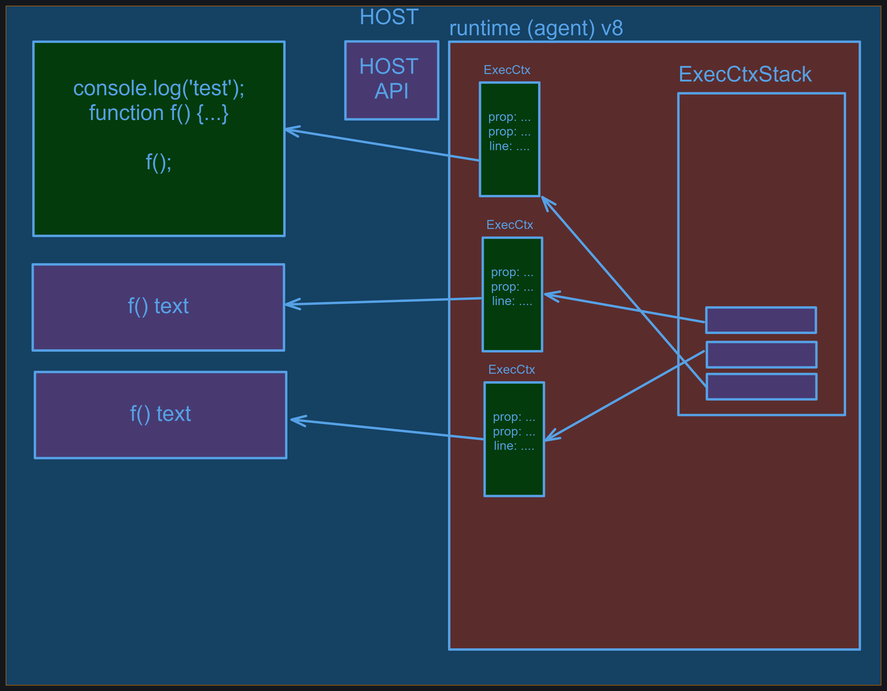
This is img/js_intro.png from silvercodes/p1314_js, a Excalidraw export, as it was before one commit. Source tidied: one line per element, renumbered; positions are measured from the earlier drawing's top-left corner, leaving out a move shared by most shapes.
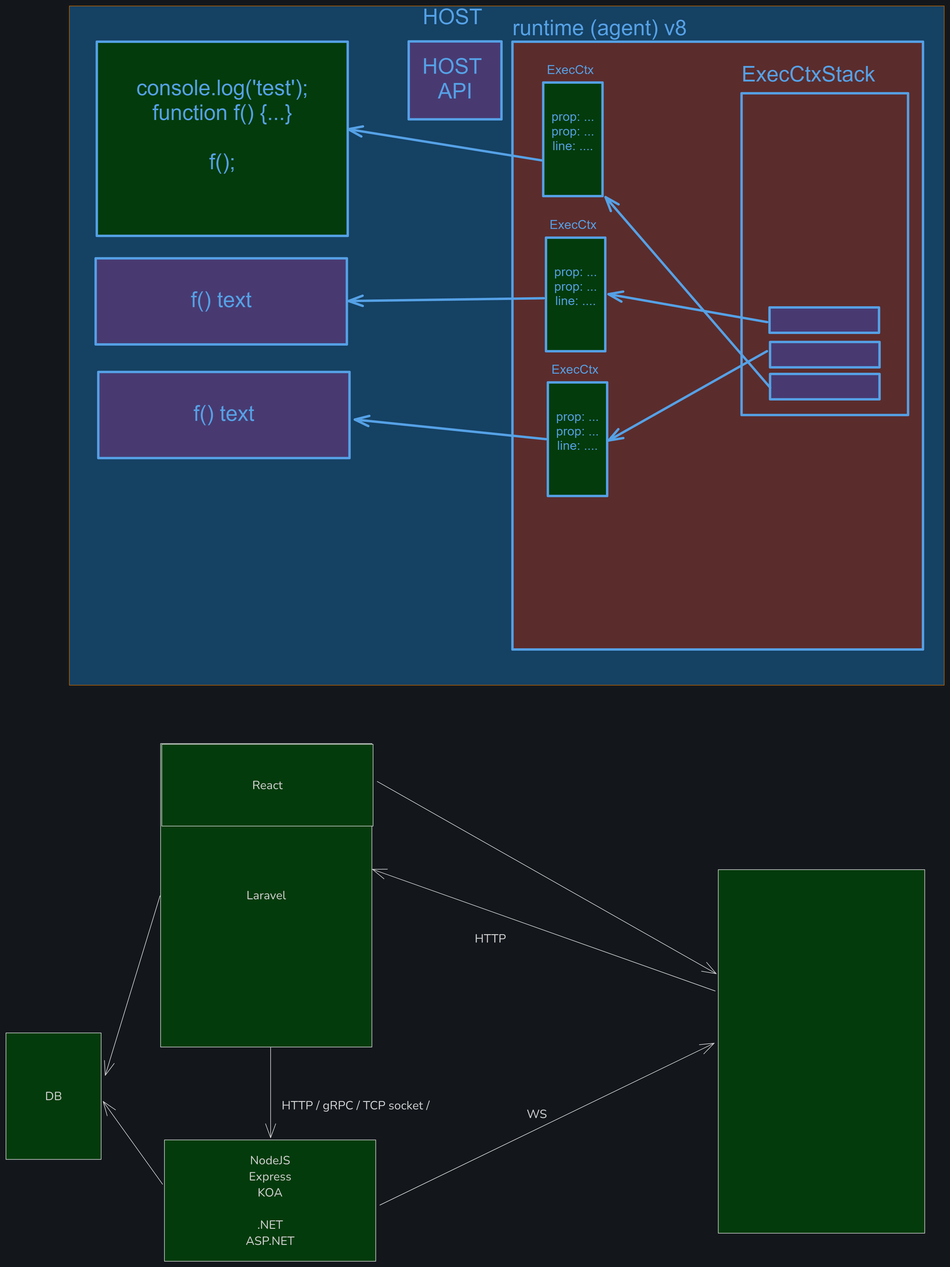
After the change.

Diff of the diagram source:
```diff
@@ -15,9 +15,9 @@
 {"id": 14, "type": "rectangle", "strokeColor": "#1971c2", "backgroundColor": "#b2f2bb", "fillStyle": "solid", "strokeWidth": 4, "roughness": 0, "x": 799, "y": 388, "width": 99, "height": 190}
 {"id": 15, "type": "text", "text": "prop: ...\nprop: ...\nline: ....\n", "strokeColor": "#1971c2", "backgroundColor": "#b2f2bb", "fillStyle": "solid", "strokeWidth": 4, "roughness": 0, "fontSize": 21.17, "fontFamily": 2, "textAlign": "center", "verticalAlign": "middle", "inside": 14, "x": 813, "y": 435, "width": 72, "height": 97}
 {"id": 16, "type": "text", "text": "ExecCtx", "strokeColor": "#1971c2", "backgroundColor": "#b2f2bb", "fillStyle": "solid", "strokeWidth": 4, "roughness": 0, "fontSize": 21.17, "fontFamily": 2, "x": 805, "y": 356, "width": 80, "height": 24}
-{"id": 17, "type": "rectangle", "strokeColor": "#1971c2", "backgroundColor": "#d0bfff", "fillStyle": "solid", "strokeWidth": 4, "roughness": 0, "x": 45, "y": 433, "width": 421, "height": 144}
+{"id": 17, "type": "rectangle", "strokeColor": "#1971c2", "backgroundColor": "#d0bfff", "fillStyle": "solid", "strokeWidth": 4, "roughness": 0, "x": 44, "y": 423, "width": 421, "height": 144}
-{"id": 18, "type": "text", "text": "f() text", "strokeColor": "#1971c2", "backgroundColor": "#d0bfff", "fillStyle": "solid", "strokeWidth": 4, "roughness": 0, "fontSize": 36, "fontFamily": 2, "textAlign": "center", "verticalAlign": "middle", "inside": 17, "x": 204, "y": 484, "width": 102, "height": 41}
+{"id": 18, "type": "text", "text": "f() text", "strokeColor": "#1971c2", "backgroundColor": "#d0bfff", "fillStyle": "solid", "strokeWidth": 4, "roughness": 0, "fontSize": 36, "fontFamily": 2, "textAlign": "center", "verticalAlign": "middle", "inside": 17, "x": 204, "y": 474, "width": 102, "height": 41}
-{"id": 19, "type": "arrow", "strokeColor": "#1971c2", "backgroundColor": "#d0bfff", "fillStyle": "solid", "strokeWidth": 4, "roughness": 0, "endArrowhead": "arrow", "from": 14, "to": 17, "x": 795, "y": 490, "width": 326, "height": 10, "points": [[0, 0], [-326, 10]]}
+{"id": 19, "type": "arrow", "strokeColor": "#1971c2", "backgroundColor": "#d0bfff", "fillStyle": "solid", "strokeWidth": 4, "roughness": 0, "endArrowhead": "arrow", "from": 14, "to": 17, "x": 795, "y": 490, "width": 327, "height": 5, "points": [[0, 0], [-327, 5]]}
 {"id": 20, "type": "rectangle", "strokeColor": "#1971c2", "backgroundColor": "#d0bfff", "fillStyle": "solid", "strokeWidth": 4, "roughness": 0, "x": 1173, "y": 505, "width": 184, "height": 42}
 {"id": 21, "type": "arrow", "strokeColor": "#1971c2", "backgroundColor": "#d0bfff", "fillStyle": "solid", "strokeWidth": 4, "roughness": 0, "endArrowhead": "arrow", "from": 20, "to": 14, "x": 1169, "y": 530, "width": 266, "height": 47, "points": [[0, 0], [-266, -47]]}
 {"id": 22, "type": "rectangle", "strokeColor": "#1971c2", "backgroundColor": "#d0bfff", "fillStyle": "solid", "strokeWidth": 4, "roughness": 0, "x": 49, "y": 613, "width": 421, "height": 144}
@@ -30,3 +30,21 @@
 {"id": 29, "type": "arrow", "strokeColor": "#1971c2", "backgroundColor": "#d0bfff", "fillStyle": "solid", "strokeWidth": 4, "roughness": 0, "endArrowhead": "arrow", "from": 28, "to": 24, "x": 1169, "y": 578, "width": 265, "height": 150, "points": [[0, 0], [-265, 150]]}
 {"id": 30, "type": "rectangle", "strokeColor": "#1971c2", "backgroundColor": "#d0bfff", "fillStyle": "solid", "strokeWidth": 4, "roughness": 0, "x": 569, "y": 59, "width": 156, "height": 130}
 {"id": 31, "type": "text", "text": "HOST \nAPI", "strokeColor": "#1971c2", "backgroundColor": "#d0bfff", "fillStyle": "solid", "strokeWidth": 4, "roughness": 0, "fontSize": 36, "fontFamily": 2, "textAlign": "center", "verticalAlign": "middle", "inside": 30, "x": 591, "y": 83, "width": 110, "height": 83}
+{"id": 32, "type": "rectangle", "strokeColor": "#1e1e1e", "backgroundColor": "#b2f2bb", "fillStyle": "solid", "strokeWidth": 1, "roughness": 0, "x": 1087, "y": 1447, "width": 346, "height": 609}
+{"id": 33, "type": "rectangle", "strokeColor": "#1e1e1e", "backgroundColor": "#b2f2bb", "fillStyle": "solid", "strokeWidth": 1, "roughness": 0, "x": 153, "y": 1236, "width": 354, "height": 508}
+{"id": 34, "type": "text", "text": "Laravel", "strokeColor": "#1e1e1e", "backgroundColor": "#b2f2bb", "fillStyle": "solid", "strokeWidth": 1, "roughness": 0, "fontSize": 20, "fontFamily": 6, "textAlign": "center", "verticalAlign": "middle", "inside": 33, "x": 296, "y": 1476, "width": 68, "height": 27}
+{"id": 35, "type": "arrow", "strokeColor": "#1e1e1e", "backgroundColor": "#b2f2bb", "fillStyle": "solid", "strokeWidth": 1, "roughness": 0, "endArrowhead": "arrow", "from": 42, "to": 32, "x": 520, "y": 2009, "width": 560, "height": 271, "points": [[0, 0], [560, -271]]}
+{"id": 36, "type": "text", "text": "WS", "strokeColor": "#1e1e1e", "backgroundColor": "#b2f2bb", "fillStyle": "solid", "strokeWidth": 1, "roughness": 0, "fontSize": 20, "fontFamily": 6, "x": 766, "y": 1843, "width": 34, "height": 27}
+{"id": 37, "type": "rectangle", "strokeColor": "#1e1e1e", "backgroundColor": "#b2f2bb", "fillStyle": "solid", "strokeWidth": 1, "roughness": 0, "x": 155, "y": 1237, "width": 354, "height": 137}
+{"id": 38, "type": "text", "text": "React", "strokeColor": "#1e1e1e", "backgroundColor": "#b2f2bb", "fillStyle": "solid", "strokeWidth": 1, "roughness": 0, "fontSize": 20, "fontFamily": 6, "textAlign": "center", "verticalAlign": "middle", "inside": 37, "x": 306, "y": 1292, "width": 53, "height": 27}
+{"id": 39, "type": "arrow", "strokeColor": "#1e1e1e", "backgroundColor": "#b2f2bb", "fillStyle": "solid", "strokeWidth": 1, "roughness": 0, "endArrowhead": "arrow", "from": 37, "to": 32, "x": 516, "y": 1299, "width": 568, "height": 322, "points": [[0, 0], [568, 322]]}
+{"id": 40, "type": "arrow", "strokeColor": "#1e1e1e", "backgroundColor": "#b2f2bb", "fillStyle": "solid", "strokeWidth": 1, "roughness": 0, "endArrowhead": "arrow", "from": 32, "to": 33, "x": 1082, "y": 1650, "width": 574, "height": 204, "points": [[0, 0], [-574, -204]]}
+{"id": 41, "type": "text", "text": "HTTP", "strokeColor": "#1e1e1e", "backgroundColor": "#b2f2bb", "fillStyle": "solid", "strokeWidth": 1, "roughness": 0, "fontSize": 20, "fontFamily": 6, "x": 679, "y": 1549, "width": 54, "height": 27}
+{"id": 42, "type": "rectangle", "strokeColor": "#1e1e1e", "backgroundColor": "#b2f2bb", "fillStyle": "solid", "strokeWidth": 1, "roughness": 0, "x": 159, "y": 1900, "width": 354, "height": 203}
+{"id": 43, "type": "text", "text": "NodeJS\nExpress\nKOA\n\n.NET\nASP.NET", "strokeColor": "#1e1e1e", "backgroundColor": "#b2f2bb", "fillStyle": "solid", "strokeWidth": 1, "roughness": 0, "fontSize": 20, "fontFamily": 6, "textAlign": "center", "verticalAlign": "middle", "inside": 42, "x": 295, "y": 1920, "width": 83, "height": 162}
+{"id": 44, "type": "arrow", "strokeColor": "#1e1e1e", "backgroundColor": "#b2f2bb", "fillStyle": "solid", "strokeWidth": 1, "roughness": 0, "endArrowhead": "arrow", "from": 33, "to": 42, "x": 337, "y": 1745, "width": 0, "height": 151, "points": [[0, 0], [0, 151]]}
+{"id": 45, "type": "rectangle", "strokeColor": "#1e1e1e", "backgroundColor": "#b2f2bb", "fillStyle": "solid", "strokeWidth": 1, "roughness": 0, "x": -106, "y": 1720, "width": 159, "height": 212}
+{"id": 46, "type": "text", "text": "DB", "strokeColor": "#1e1e1e", "backgroundColor": "#b2f2bb", "fillStyle": "solid", "strokeWidth": 1, "roughness": 0, "fontSize": 20, "fontFamily": 6, "textAlign": "center", "verticalAlign": "middle", "inside": 45, "x": -41, "y": 1813, "width": 29, "height": 27}
+{"id": 47, "type": "arrow", "strokeColor": "#1e1e1e", "backgroundColor": "#b2f2bb", "fillStyle": "solid", "strokeWidth": 1, "roughness": 0, "endArrowhead": "arrow", "from": 33, "to": 45, "x": 152, "y": 1491, "width": 92, "height": 301, "points": [[0, 0], [-92, 301]]}
+{"id": 48, "type": "arrow", "strokeColor": "#1e1e1e", "backgroundColor": "#b2f2bb", "fillStyle": "solid", "strokeWidth": 1, "roughness": 0, "endArrowhead": "arrow", "from": 42, "to": 45, "x": 156, "y": 1974, "width": 100, "height": 139, "points": [[0, 0], [-100, -139]]}
+{"id": 49, "type": "text", "text": "HTTP / gRPC / TCP socket /", "strokeColor": "#1e1e1e", "backgroundColor": "#b2f2bb", "fillStyle": "solid", "strokeWidth": 1, "roughness": 0, "fontSize": 20, "fontFamily": 6, "x": 356, "y": 1829, "width": 250, "height": 27}
```
